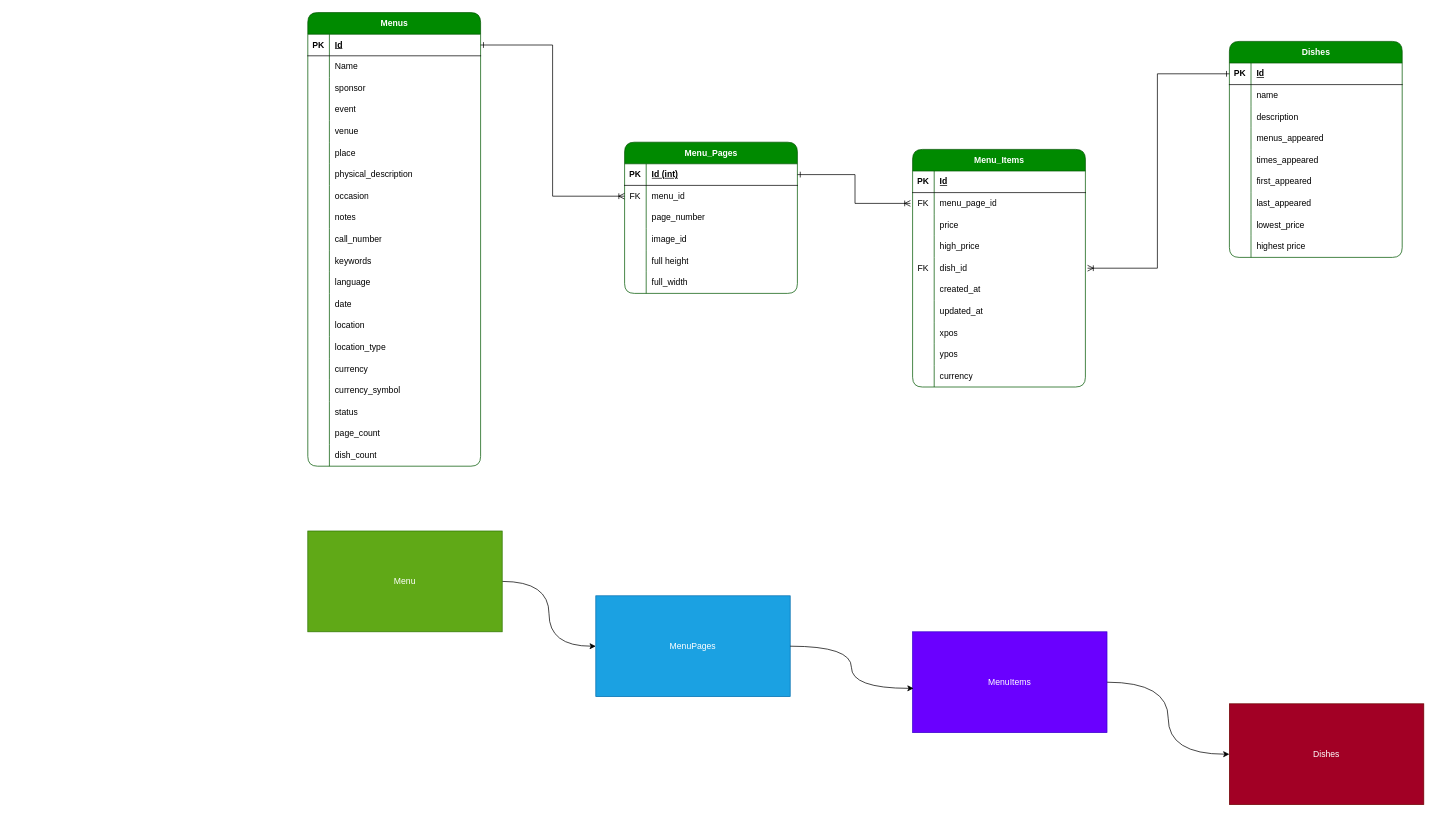
aravni2/CS513-Project keeps this draw.io diagram as Schema/Phase1_Menu_ERD.drawio. Above is the earlier version. Source tidied: cells renumbered, new cells numbered last; positions are measured from the earlier drawing's top-left corner, leaving out a move shared by most shapes. Both pictures are drawn from the tidied source at 72%, with x=0, y=0 at pixel (12, 12).
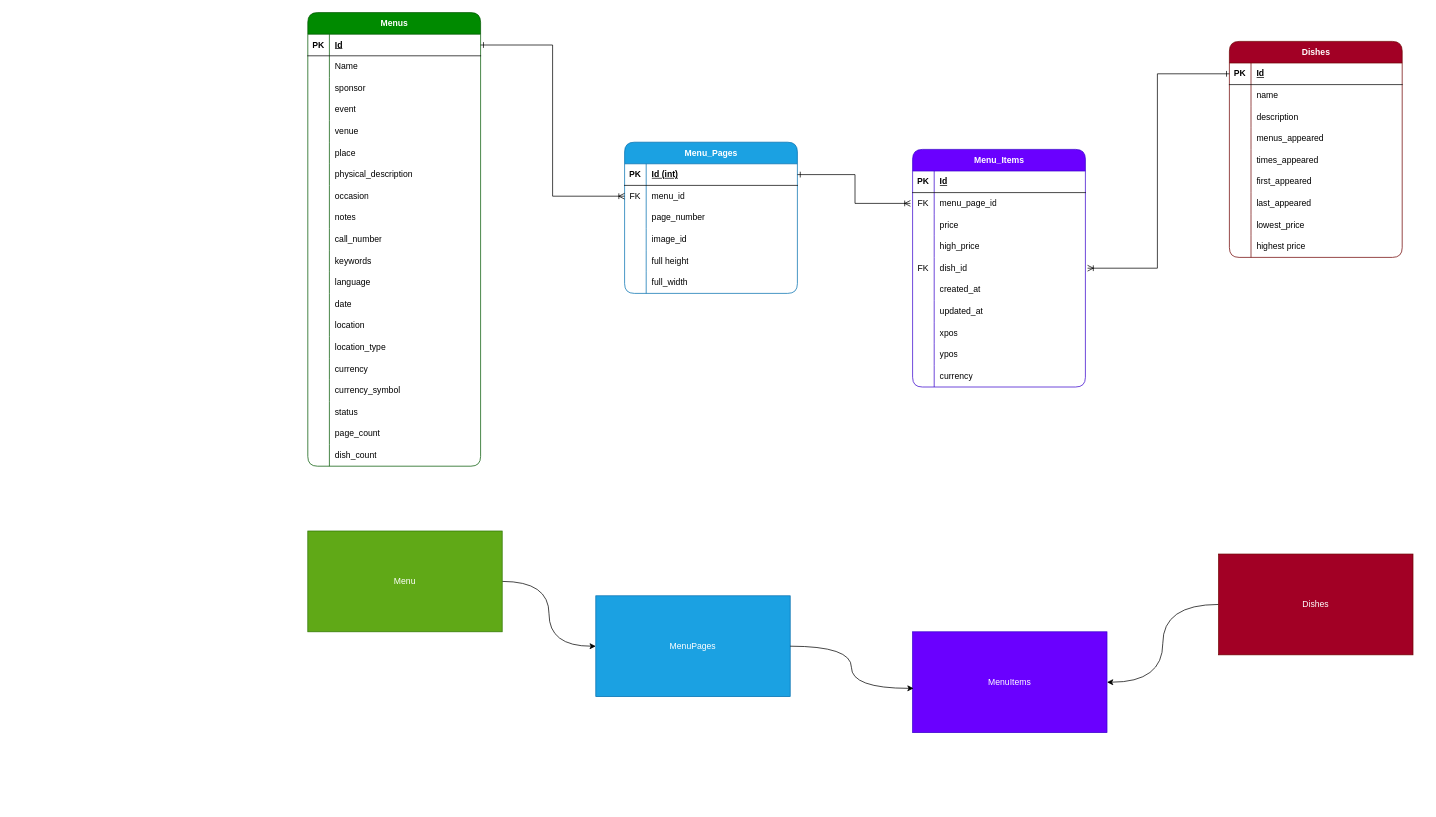
The same page after the edit.

Commit message (it also covers changes not shown here):
updated ERD file to match color coding, added data dictionary with color codings and additional metadata fields

Unchanged cells that the change refers to:
```xml
<mxCell id="149" value="MenuItems" style="whiteSpace=wrap;html=1;align=center;fillColor=#6a00ff;fontColor=#ffffff;strokeColor=#3700CC;" parent="1" vertex="1">
  <mxGeometry x="1250" y="860" width="270" height="140" as="geometry" />
</mxCell>
```

The edit, as a diff of the source:
```diff
@@
-    <mxCell id="64" value="Menu_Pages" style="shape=table;startSize=30;childLayout=tableLayout;rowLines=0;fontStyle=1;align=center;html=1;rounded=1;fillColor=#008a00;strokeColor=#005700;fontColor=#ffffff;" parent="1" vertex="1">
+    <mxCell id="64" value="Menu_Pages" style="shape=table;startSize=30;childLayout=tableLayout;rowLines=0;fontStyle=1;align=center;html=1;rounded=1;fillColor=#1ba1e2;strokeColor=#006EAF;fontColor=#ffffff;" parent="1" vertex="1">
       <mxGeometry x="850" y="180" width="240" height="210" as="geometry" />
     </mxCell>
@@
-    <mxCell id="84" value="Menu_Items" style="shape=table;startSize=30;childLayout=tableLayout;rowLines=0;fontStyle=1;align=center;html=1;rounded=1;fillColor=#008a00;strokeColor=#005700;fontColor=#ffffff;" parent="1" vertex="1">
+    <mxCell id="84" value="Menu_Items" style="shape=table;startSize=30;childLayout=tableLayout;rowLines=0;fontStyle=1;align=center;html=1;rounded=1;fillColor=#6a00ff;strokeColor=#3700CC;fontColor=#ffffff;" parent="1" vertex="1">
       <mxGeometry x="1250" y="190" width="240" height="330" as="geometry" />
     </mxCell>
@@
-    <mxCell id="116" value="Dishes" style="shape=table;startSize=30;childLayout=tableLayout;rowLines=0;fontStyle=1;align=center;html=1;rounded=1;fillColor=#008a00;strokeColor=#005700;fontColor=#ffffff;gradientColor=none;swimlaneFillColor=none;" parent="1" vertex="1">
+    <mxCell id="116" value="Dishes" style="shape=table;startSize=30;childLayout=tableLayout;rowLines=0;fontStyle=1;align=center;html=1;rounded=1;fillColor=#a20025;strokeColor=#6F0000;fontColor=#ffffff;swimlaneFillColor=none;" parent="1" vertex="1">
       <mxGeometry x="1690" y="40" width="240" height="300" as="geometry" />
     </mxCell>
@@
-    <mxCell id="148" style="edgeStyle=orthogonalEdgeStyle;rounded=0;jettySize=auto;html=1;exitX=1;exitY=0.5;exitDx=0;exitDy=0;entryX=0;entryY=0.5;entryDx=0;entryDy=0;curved=1;" parent="1" edge="1" source="149" target="151">
-      <mxGeometry relative="1" as="geometry" />
-    </mxCell>
@@
+    <mxCell id="152" style="edgeStyle=orthogonalEdgeStyle;rounded=0;jettySize=auto;html=1;exitX=0;exitY=0.5;exitDx=0;exitDy=0;entryX=1;entryY=0.5;entryDx=0;entryDy=0;curved=1;" parent="1" edge="1" source="151" target="149">
+      <mxGeometry relative="1" as="geometry" />
+    </mxCell>
     <mxCell id="151" value="Dishes" style="whiteSpace=wrap;html=1;align=center;fillColor=#a20025;fontColor=#ffffff;strokeColor=#6F0000;" parent="1" vertex="1">
-      <mxGeometry x="1690" y="960" width="270" height="140" as="geometry" />
+      <mxGeometry x="1675" y="752" width="270" height="140" as="geometry" />
     </mxCell>
```
